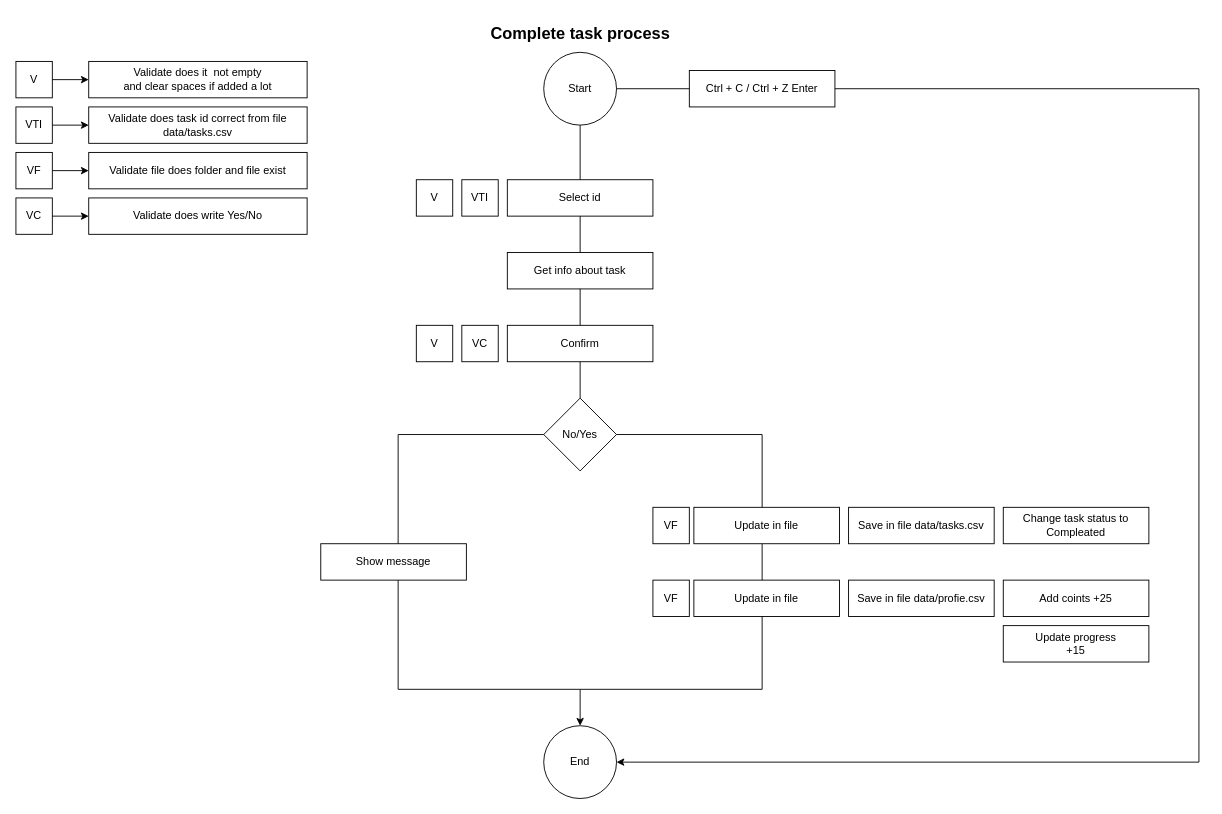
This is page "complete_task_process" (6 of 10) of architecture.dio from Mikolonija/motivation_app, a draw.io file, before an edit. Source tidied: cells renumbered, new cells numbered last; positions are measured from the earlier drawing's top-left corner, leaving out a move shared by most shapes. Both pictures are drawn from the tidied source at 91%, with x=0, y=0 at pixel (15, 15).
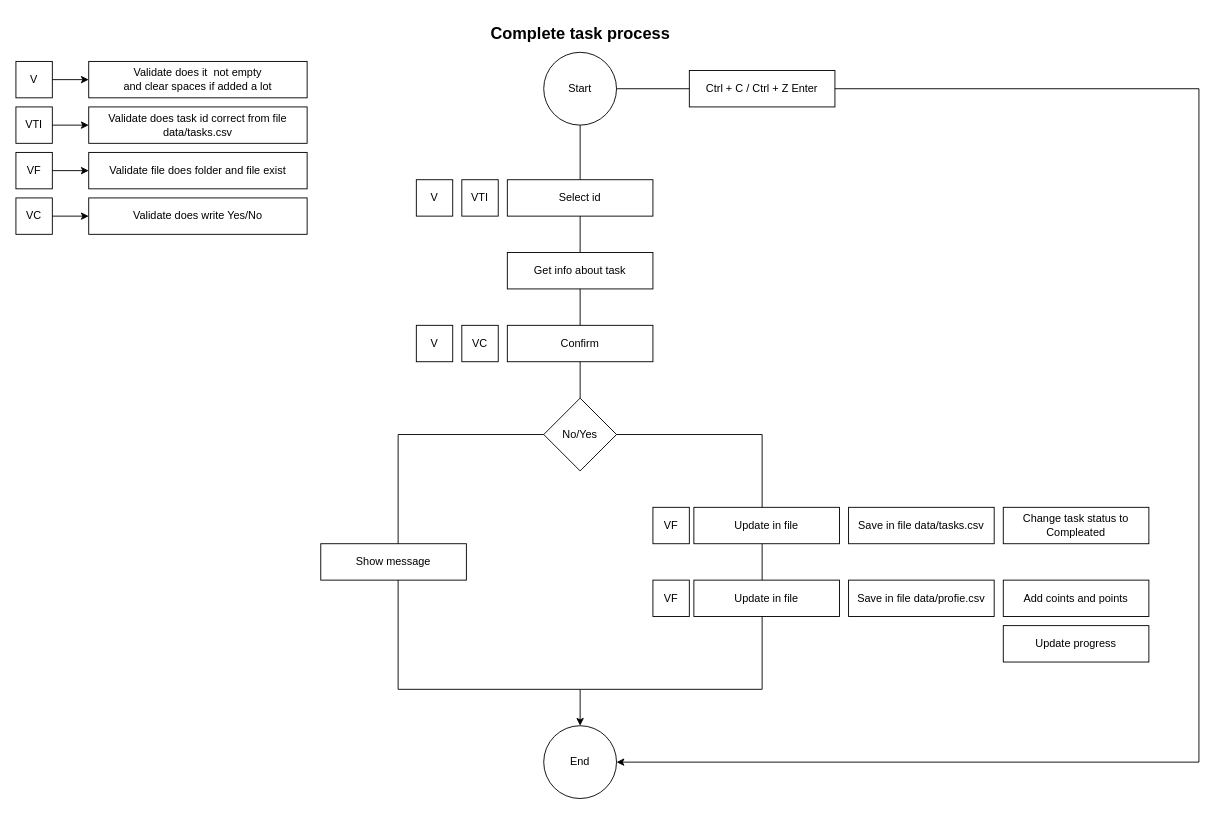
After the change.

Change to the diagram source:
```diff
@@
-    <mxCell id="25" value="Add coints +25" style="rounded=0;whiteSpace=wrap;html=1;" parent="1" vertex="1">
+    <mxCell id="25" value="Add coints and points" style="rounded=0;whiteSpace=wrap;html=1;" parent="1" vertex="1">
       <mxGeometry x="1085" y="620" width="160" height="40" as="geometry" />
     </mxCell>
-    <mxCell id="26" value="Update progress&lt;br&gt;+15" style="rounded=0;whiteSpace=wrap;html=1;" parent="1" vertex="1">
+    <mxCell id="26" value="Update progress&lt;br&gt;" style="rounded=0;whiteSpace=wrap;html=1;" parent="1" vertex="1">
       <mxGeometry x="1085" y="670" width="160" height="40" as="geometry" />
     </mxCell>
```
